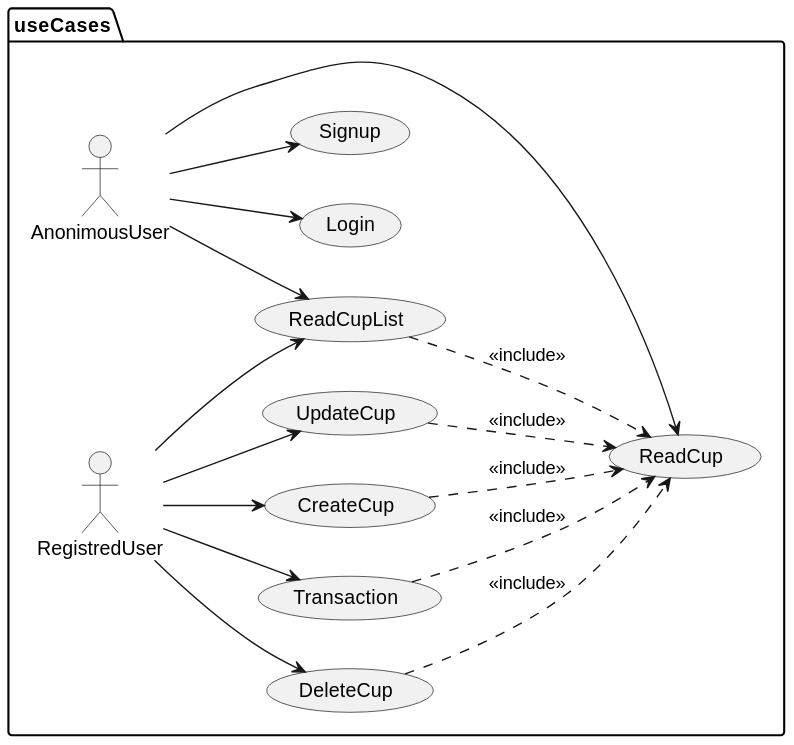
jumpering/fanaticupsFront keeps this PlantUML diagram as out/documentation/uml/useCases/useCases.svg. Above is the earlier version.
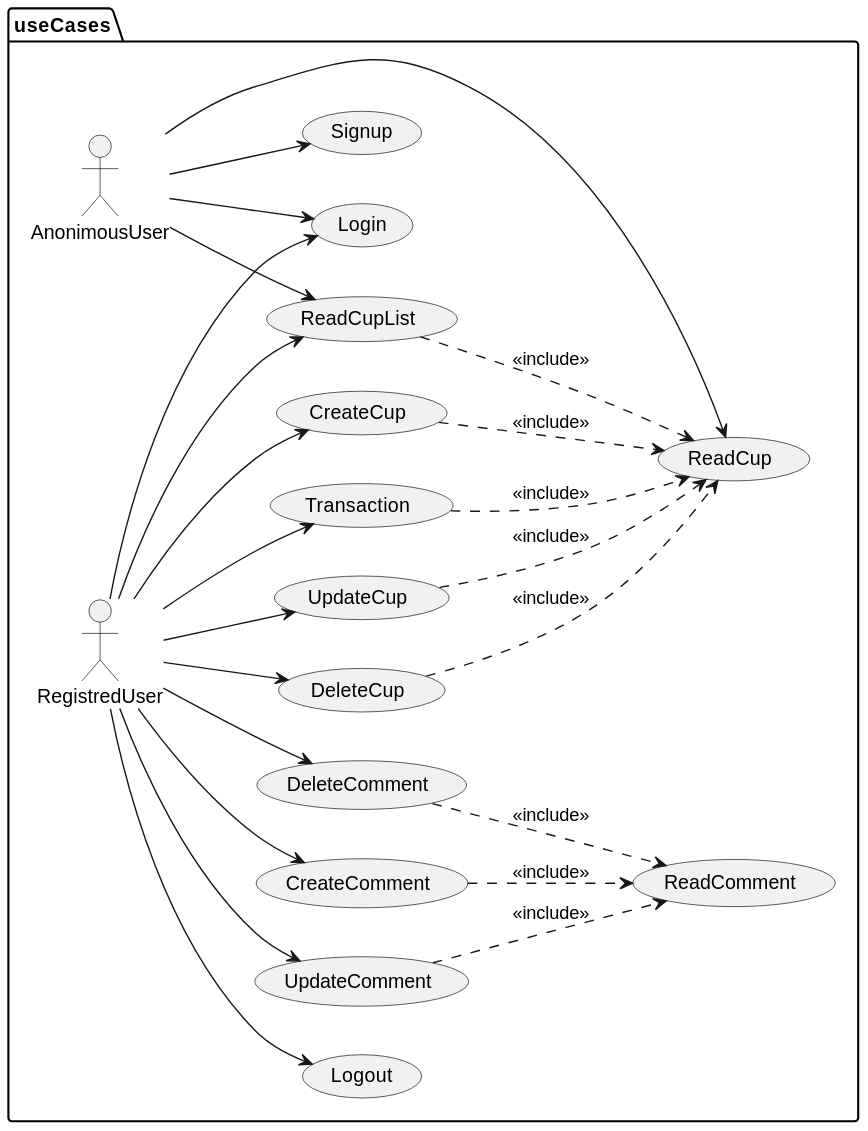
Above is the later version.

Commit message:
refactor uml, auth

Diff of the diagram source:
```diff
@@ -13,13 +13,21 @@
 usecase Transaction
 usecase Login
 usecase Signup
+usecase Logout
+usecase ReadComment
+usecase CreateComment
+usecase DeleteComment
+usecase UpdateComment
 
-
-AnonimousUser --> Login
 AnonimousUser --> Signup
 AnonimousUser --> ReadCup
 AnonimousUser --> ReadCupList
+AnonimousUser --> Login
 
+Transaction ..> ReadCup  : "<<include>>"
+
+RegistredUser --> Login
+RegistredUser --> Logout
 
 RegistredUser --> CreateCup
 CreateCup ..> ReadCup  : "<<include>>"
@@ -29,7 +37,14 @@
 DeleteCup ..> ReadCup  : "<<include>>"
 RegistredUser --> ReadCupList
 ReadCupList ..> ReadCup  : "<<include>>"
+
+RegistredUser --> CreateComment
+CreateComment ..> ReadComment  : "<<include>>"
+RegistredUser --> DeleteComment
+DeleteComment ..> ReadComment  : "<<include>>"
+RegistredUser --> UpdateComment
+UpdateComment ..> ReadComment  : "<<include>>"
+
 RegistredUser --> Transaction
-Transaction ..> ReadCup  : "<<include>>"
 }
 @enduml
```
